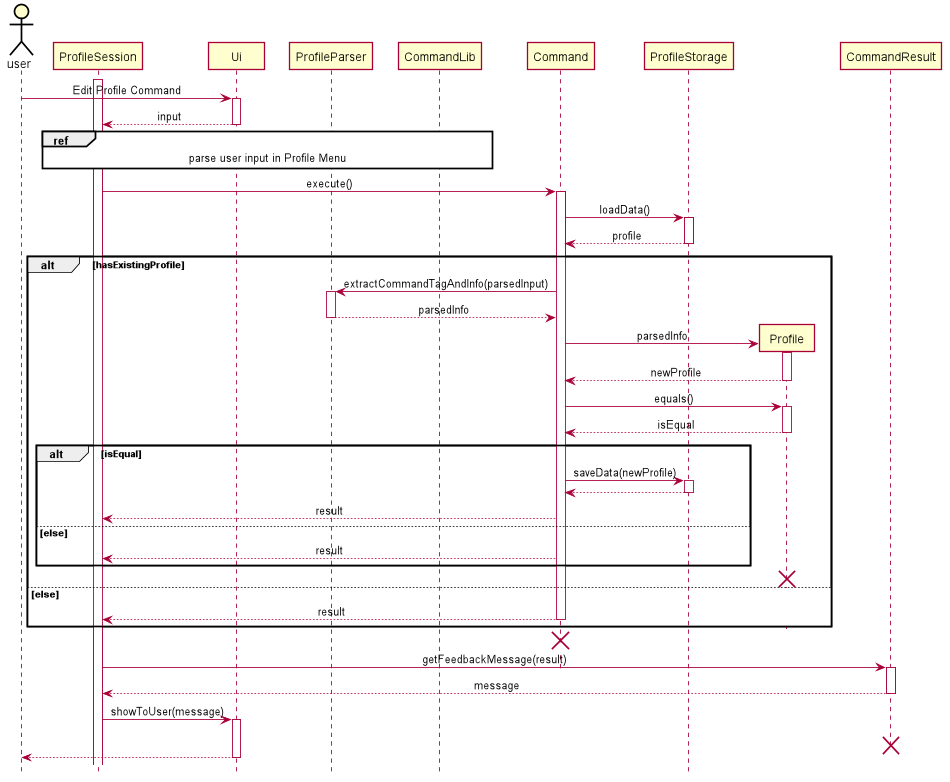
Above: docs/pictures/khoa/EditProfile.png in zsk612/tp (PlantUML), before the change.
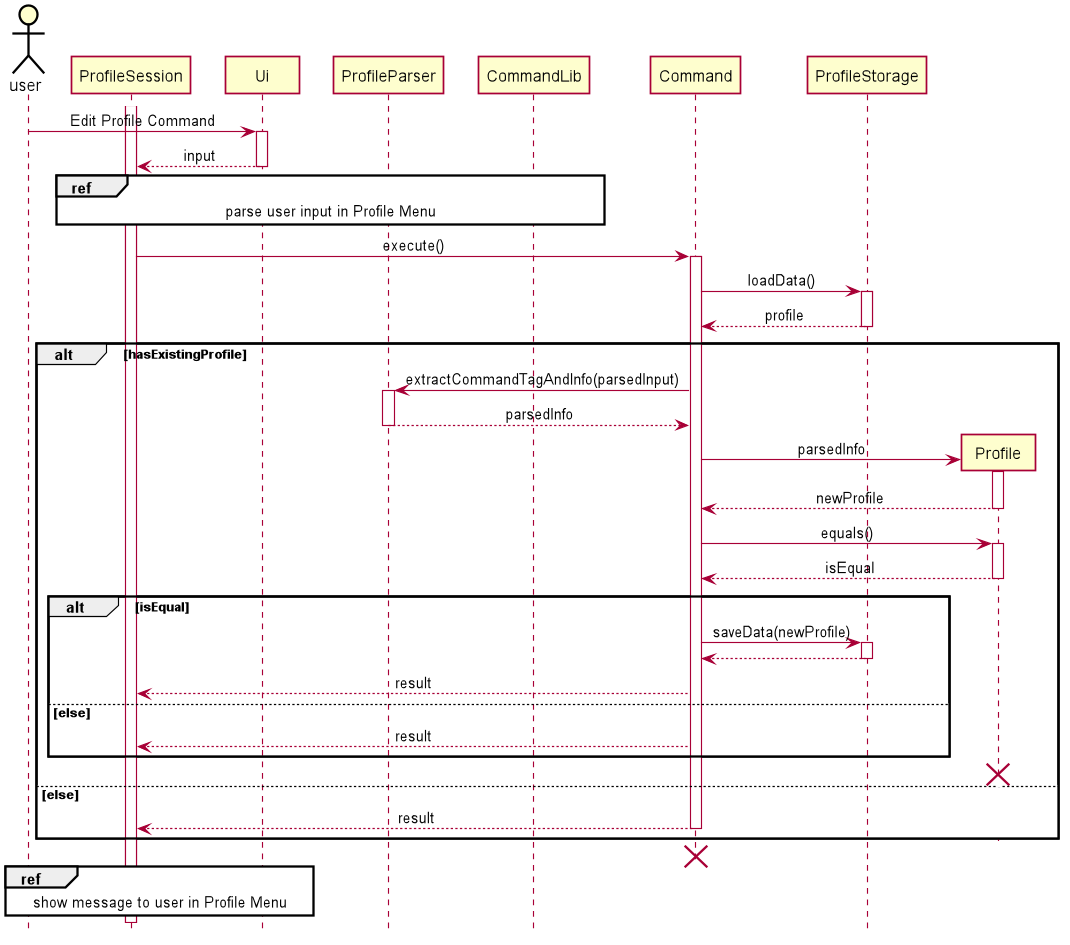
Above is the later version.

Change to the diagram source:
```diff
@@ -74,10 +74,6 @@
 end
 destroy Command
 
-ProfileSession -> CommandResult ++ : getFeedbackMessage(result)
-CommandResult --> ProfileSession -- : message
-ProfileSession -> Ui ++ : showToUser(message)
-destroy CommandResult
-Ui --> user
-deactivate Ui
+ref over user, ProfileSession, Ui: show message to user in Profile Menu
+
 @enduml
```
